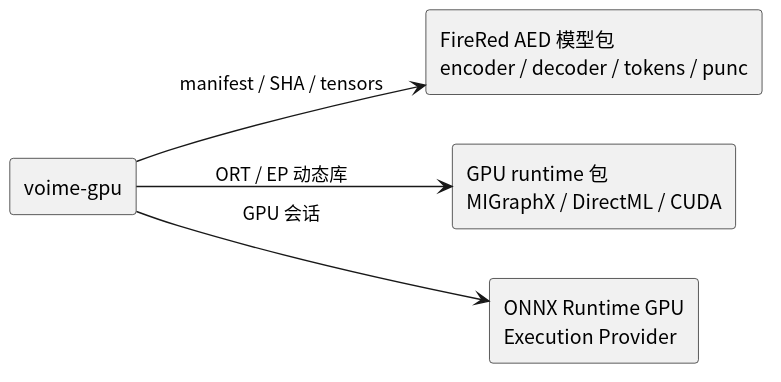
54m43lJ/voime keeps this PlantUML diagram as crates/voime-gpu/diagram/provider-map.svg. Above is the earlier version.
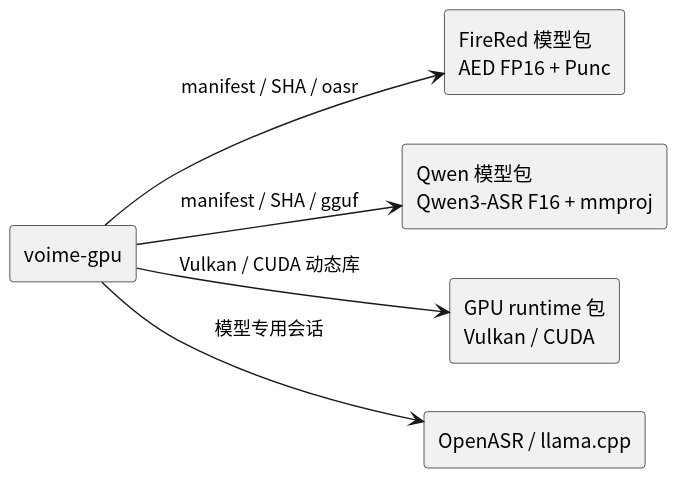
Later version of the same file.

Diff of the diagram source:
```diff
@@ -5,11 +5,13 @@
 left to right direction
 
 component "voime-gpu" as Worker
-component "FireRed AED 模型包\nencoder / decoder / tokens / punc" as Model
-component "GPU runtime 包\nMIGraphX / DirectML / CUDA" as Runtime
-component "ONNX Runtime GPU\nExecution Provider" as Ort
+component "FireRed 模型包\nAED FP16 + Punc" as FireRedModel
+component "Qwen 模型包\nQwen3-ASR F16 + mmproj" as QwenModel
+component "GPU runtime 包\nVulkan / CUDA" as Runtime
+component "OpenASR / llama.cpp" as Engine
 
-Worker --> Model : manifest / SHA / tensors
-Worker --> Runtime : ORT / EP 动态库
-Worker --> Ort : GPU 会话
+Worker --> FireRedModel : manifest / SHA / oasr
+Worker --> QwenModel : manifest / SHA / gguf
+Worker --> Runtime : Vulkan / CUDA 动态库
+Worker --> Engine : 模型专用会话
 @enduml
```
